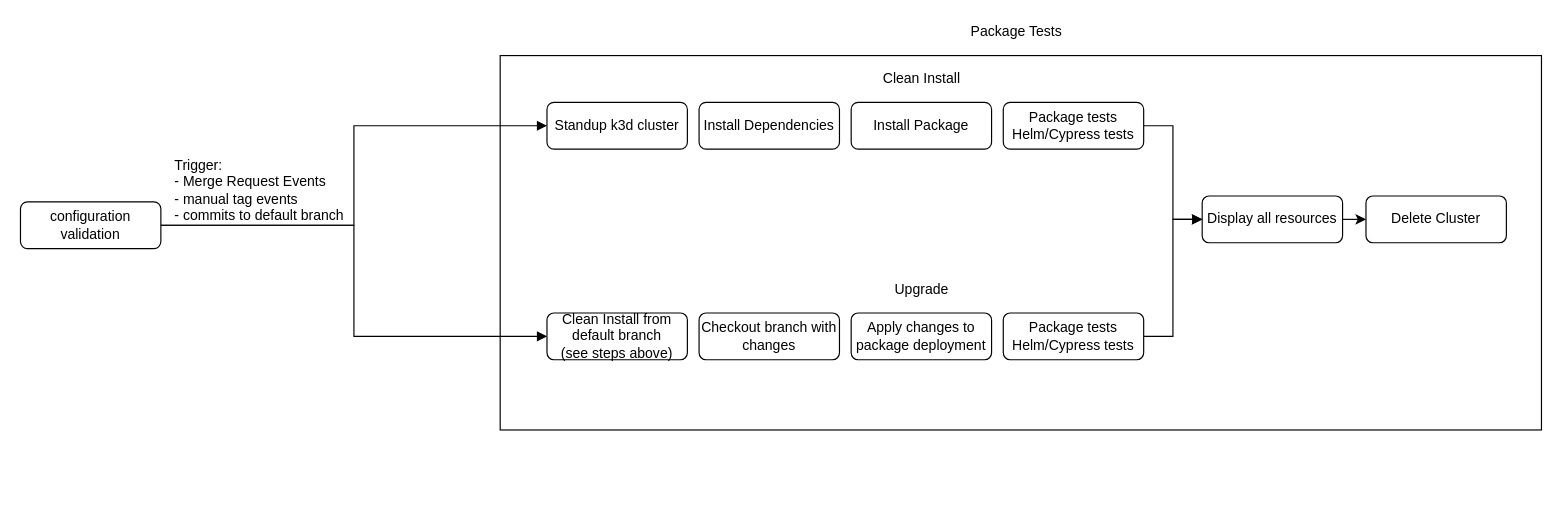
Before: page "Package pipeline" (2 of 2) of docs/developer/diagrams/BB_gitlab_ci_diagram.drawio in rjferguson21/big-bang, a draw.io diagram. Source tidied: cells renumbered, new cells numbered last; positions are measured from the earlier drawing's top-left corner, leaving out a move shared by most shapes. Both pictures are drawn from the tidied source at 117%, with x=0, y=0 at pixel (20, 20).
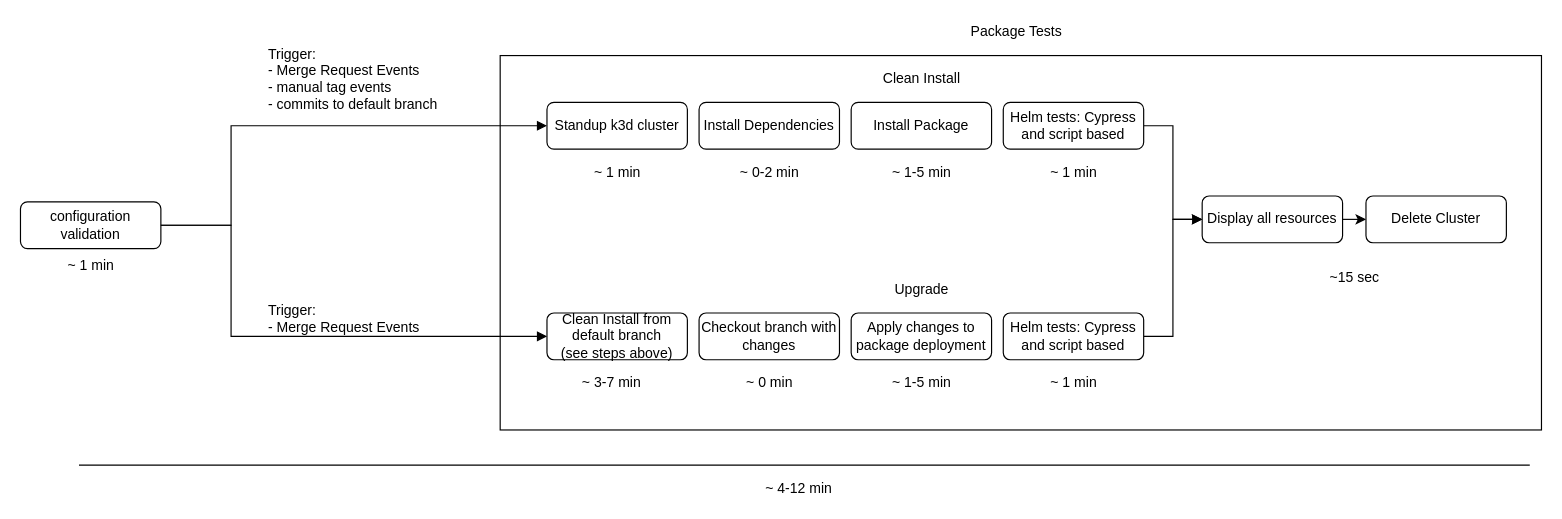
After the change.

Commit message (it also covers changes not shown here):
update diagram/text about trigger and upgrade step

Unchanged cells that the change refers to:
```xml
<mxCell id="2" value="configuration validation" style="rounded=1;whiteSpace=wrap;html=1;fontSize=12;glass=0;strokeWidth=1;shadow=0;" parent="1" vertex="1">
  <mxGeometry y="155" width="120" height="40" as="geometry" />
</mxCell>
<mxCell id="7" value="Standup k3d cluster" style="rounded=1;whiteSpace=wrap;html=1;fontSize=12;glass=0;strokeWidth=1;shadow=0;" parent="1" vertex="1">
  <mxGeometry x="450" y="70" width="120" height="40" as="geometry" />
</mxCell>
<mxCell id="13" value="Clean Install from default branch &lt;br&gt;(see steps above)" style="rounded=1;whiteSpace=wrap;html=1;fontSize=12;glass=0;strokeWidth=1;shadow=0;" parent="1" vertex="1">
  <mxGeometry x="450" y="250" width="120" height="40" as="geometry" />
</mxCell>
```

What changed in the source:
```diff
@@
     <mxCell id="5" style="edgeStyle=orthogonalEdgeStyle;rounded=0;jettySize=auto;html=1;entryX=0;entryY=0.5;entryDx=0;entryDy=0;endArrow=block;endFill=1;exitX=1;exitY=0.5;exitDx=0;exitDy=0;" parent="1" edge="1" source="2" target="7">
-      <mxGeometry relative="1" as="geometry" />
+      <mxGeometry relative="1" as="geometry">
+        <Array as="points">
+          <mxPoint x="180" y="175" />
+          <mxPoint x="180" y="90" />
+        </Array>
+      </mxGeometry>
     </mxCell>
     <mxCell id="6" style="edgeStyle=orthogonalEdgeStyle;rounded=0;jettySize=auto;html=1;exitX=1;exitY=0.5;exitDx=0;exitDy=0;entryX=0;entryY=0.5;entryDx=0;entryDy=0;endArrow=block;endFill=1;" parent="1" edge="1" source="2" target="13">
-      <mxGeometry relative="1" as="geometry" />
+      <mxGeometry relative="1" as="geometry">
+        <Array as="points">
+          <mxPoint x="180" y="175" />
+          <mxPoint x="180" y="270" />
+        </Array>
+      </mxGeometry>
     </mxCell>
@@
-    <mxCell id="12" value="Package tests&lt;br&gt;Helm/Cypress tests" style="rounded=1;whiteSpace=wrap;html=1;fontSize=12;glass=0;strokeWidth=1;shadow=0;" parent="1" vertex="1">
+    <mxCell id="12" value="Helm tests: Cypress and script based" style="rounded=1;whiteSpace=wrap;html=1;fontSize=12;glass=0;strokeWidth=1;shadow=0;" parent="1" vertex="1">
       <mxGeometry x="840" y="70" width="120" height="40" as="geometry" />
     </mxCell>
@@
-    <mxCell id="17" value="Package tests&lt;br&gt;Helm/Cypress tests" style="rounded=1;whiteSpace=wrap;html=1;fontSize=12;glass=0;strokeWidth=1;shadow=0;" parent="1" vertex="1">
+    <mxCell id="17" value="Helm tests: Cypress and script based" style="rounded=1;whiteSpace=wrap;html=1;fontSize=12;glass=0;strokeWidth=1;shadow=0;" parent="1" vertex="1">
       <mxGeometry x="840" y="250" width="120" height="40" as="geometry" />
     </mxCell>
@@
     <mxCell id="21" value="Trigger: &lt;br&gt;&lt;div&gt;&lt;span&gt;- Merge Request Events&lt;/span&gt;&lt;/div&gt;&lt;div&gt;&lt;span&gt;- manual tag events&lt;/span&gt;&lt;/div&gt;&lt;div&gt;&lt;span&gt;- commits to default branch&lt;/span&gt;&lt;/div&gt;" style="text;html=1;align=left;verticalAlign=middle;" parent="1" vertex="1">
-      <mxGeometry x="130" y="115" width="160" height="60" as="geometry" />
+      <mxGeometry x="210" y="20" width="160" height="60" as="geometry" />
     </mxCell>
@@
+    <mxCell id="23" value="~ 1 min" style="text;html=1;align=center;verticalAlign=middle;" parent="1" vertex="1">
+      <mxGeometry x="30" y="200" width="60" height="20" as="geometry" />
+    </mxCell>
+    <mxCell id="24" value="~ 1 min" style="text;html=1;align=center;verticalAlign=middle;" parent="1" vertex="1">
+      <mxGeometry x="480" y="120" width="60" height="20" as="geometry" />
+    </mxCell>
+    <mxCell id="25" value="~ 0-2 min" style="text;html=1;align=center;verticalAlign=middle;" parent="1" vertex="1">
+      <mxGeometry x="605" y="120" width="70" height="20" as="geometry" />
+    </mxCell>
+    <mxCell id="26" value="~ 1-5 min" style="text;html=1;align=center;verticalAlign=middle;" parent="1" vertex="1">
+      <mxGeometry x="735" y="120" width="70" height="20" as="geometry" />
+    </mxCell>
+    <mxCell id="27" value="~ 1 min" style="text;html=1;align=center;verticalAlign=middle;" parent="1" vertex="1">
+      <mxGeometry x="870" y="120" width="60" height="20" as="geometry" />
+    </mxCell>
+    <mxCell id="28" value="~ 3-7 min" style="text;html=1;align=center;verticalAlign=middle;" parent="1" vertex="1">
+      <mxGeometry x="470" y="300" width="70" height="20" as="geometry" />
+    </mxCell>
+    <mxCell id="29" value="~ 1 min" style="text;html=1;align=center;verticalAlign=middle;" parent="1" vertex="1">
+      <mxGeometry x="870" y="300" width="60" height="20" as="geometry" />
+    </mxCell>
+    <mxCell id="30" value="~ 0 min" style="text;html=1;align=center;verticalAlign=middle;" parent="1" vertex="1">
+      <mxGeometry x="610" y="300" width="60" height="20" as="geometry" />
+    </mxCell>
+    <mxCell id="31" value="~ 1-5 min" style="text;html=1;align=center;verticalAlign=middle;" parent="1" vertex="1">
+      <mxGeometry x="735" y="300" width="70" height="20" as="geometry" />
+    </mxCell>
+    <mxCell id="32" value="~15 sec" style="text;html=1;align=center;verticalAlign=middle;" parent="1" vertex="1">
+      <mxGeometry x="1110" y="210" width="60" height="20" as="geometry" />
+    </mxCell>
+    <mxCell id="33" value="~ 4-12 min" style="text;html=1;align=center;verticalAlign=middle;" parent="1" vertex="1">
+      <mxGeometry x="630" y="390" width="70" height="20" as="geometry" />
+    </mxCell>
+    <mxCell id="34" style="endArrow=none;html=1;" parent="1" edge="1">
+      <mxGeometry relative="1" as="geometry">
+        <mxPoint x="50" y="380" as="sourcePoint" />
+        <mxPoint x="1290" y="380" as="targetPoint" />
+      </mxGeometry>
+    </mxCell>
+    <mxCell id="35" value="Trigger: &lt;br&gt;&lt;div&gt;&lt;span&gt;- Merge Request Events&lt;/span&gt;&lt;/div&gt;" style="text;html=1;align=left;verticalAlign=middle;" parent="1" vertex="1">
+      <mxGeometry x="210" y="240" width="140" height="30" as="geometry" />
+    </mxCell>
```
